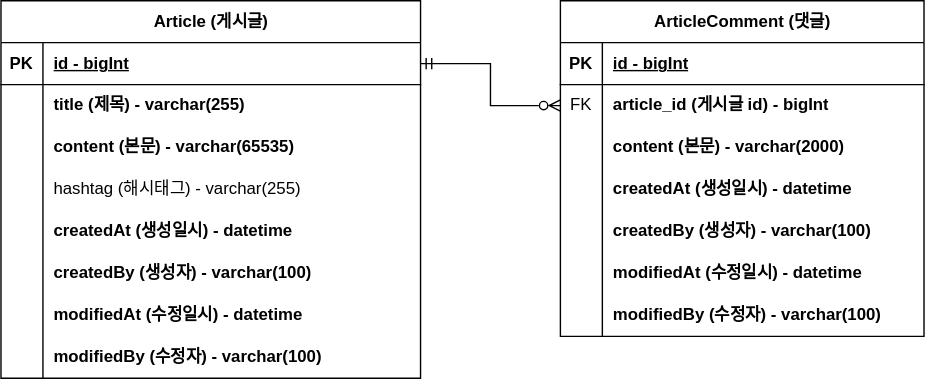
Before: document/project-board-erd.svg, a diagram exported from draw.io (YooHyeok/fc-board). Source tidied: cells renumbered, new cells last; positions are measured from the earlier drawing's top-left corner, leaving out a move shared by most shapes.
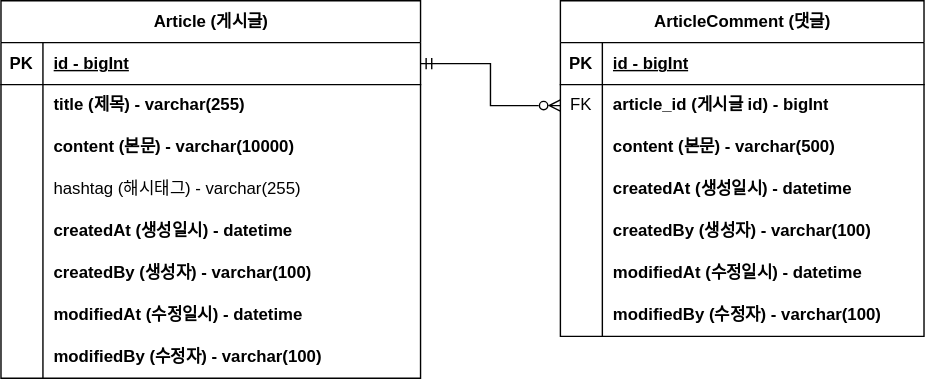
After the commit.

Commit message:
#12 - erd 업데이트: content 사이즈 변경

Diff of the diagram source:
```diff
@@ -29,7 +29,7 @@
     <mxCell id="10" style="shape=partialRectangle;fillColor=none;top=0;left=0;bottom=0;right=0;overflow=hidden;whiteSpace=wrap;html=1;fontStyle=1;" parent="9" vertex="1">
       <mxGeometry width="30" height="30" as="geometry" />
     </mxCell>
-    <mxCell id="11" value="content (본문)&amp;nbsp;- varchar(65535)" style="shape=partialRectangle;fillColor=none;top=0;left=0;bottom=0;right=0;align=left;spacingLeft=6;overflow=hidden;whiteSpace=wrap;html=1;fontStyle=1;" parent="9" vertex="1">
+    <mxCell id="11" value="content (본문)&amp;nbsp;- varchar(10000)" style="shape=partialRectangle;fillColor=none;top=0;left=0;bottom=0;right=0;align=left;spacingLeft=6;overflow=hidden;whiteSpace=wrap;html=1;fontStyle=1;" parent="9" vertex="1">
       <mxGeometry x="30" width="270" height="30" as="geometry" />
     </mxCell>
     <mxCell id="12" style="shape=tableRow;horizontal=0;startSize=0;swimlaneHead=0;swimlaneBody=0;fillColor=none;top=0;left=0;right=0;bottom=0;fontStyle=1;" parent="2" vertex="1">
@@ -104,7 +104,7 @@
     <mxCell id="35" style="shape=partialRectangle;fillColor=none;top=0;left=0;bottom=0;right=0;overflow=hidden;whiteSpace=wrap;html=1;" parent="34" vertex="1">
       <mxGeometry width="30" height="30" as="geometry" />
     </mxCell>
-    <mxCell id="36" value="content (본문) - varchar(2000)" style="shape=partialRectangle;fillColor=none;top=0;left=0;bottom=0;right=0;align=left;spacingLeft=6;overflow=hidden;whiteSpace=wrap;html=1;fontStyle=1;" parent="34" vertex="1">
+    <mxCell id="36" value="content (본문) - varchar(500)" style="shape=partialRectangle;fillColor=none;top=0;left=0;bottom=0;right=0;align=left;spacingLeft=6;overflow=hidden;whiteSpace=wrap;html=1;fontStyle=1;" parent="34" vertex="1">
       <mxGeometry x="30" width="230" height="30" as="geometry" />
     </mxCell>
     <mxCell id="37" style="shape=tableRow;horizontal=0;startSize=0;swimlaneHead=0;swimlaneBody=0;fillColor=none;top=0;left=0;right=0;bottom=0;" parent="27" vertex="1">
```
